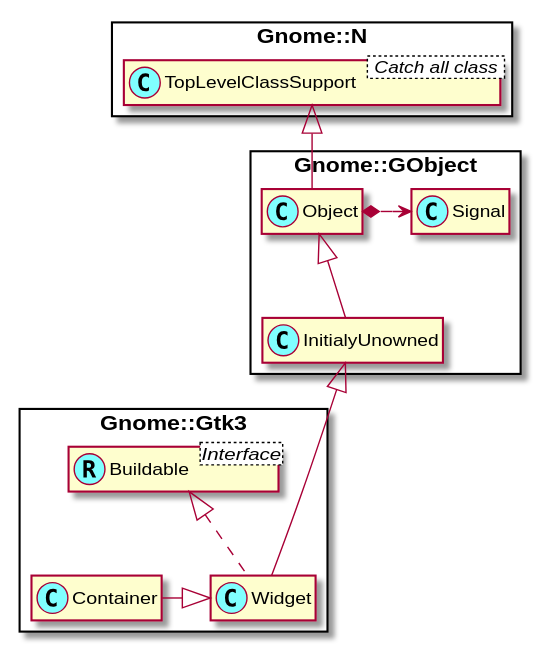
MARTIMM/gnome-gtk3 keeps this PlantUML diagram as docs/content-docs/reference/Gtk3/plantuml/Container.svg. Above is the earlier version.
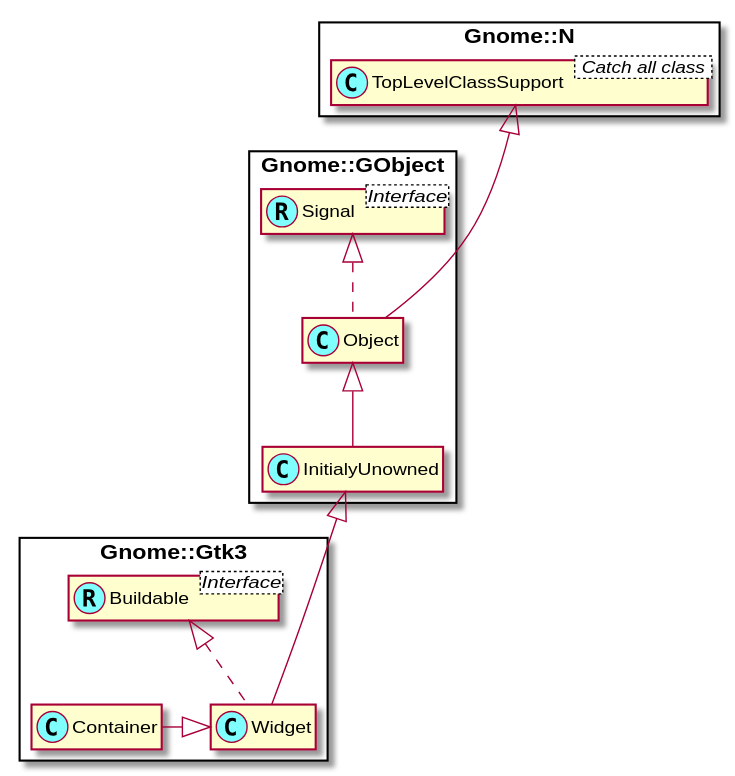
The same diagram one commit later.

The edit, as a diff of the source:
```diff
@@ -6,16 +6,20 @@
 
 
 class Gnome::N::TopLevelClassSupport < Catch all class >
-Gnome::N::TopLevelClassSupport <|-- Gnome::GObject::Object
 
-Gnome::GObject::Object <|-- Gnome::GObject::InitialyUnowned
-Gnome::GObject::Object *-> Gnome::GObject::Signal
+Interface Gnome::GObject::Signal <Interface>
+class Gnome::GObject::Signal <<(R,#80ffff)>>
 
-Gnome::GObject::InitialyUnowned <|--- Gnome::Gtk3::Widget
+
 
 class Gnome::Gtk3::Widget implements Gnome::Gtk3::Buildable
 Interface Gnome::Gtk3::Buildable <Interface>
 class Gnome::Gtk3::Buildable <<(R,#80ffff)>>
+
+Gnome::N::TopLevelClassSupport <|--- Gnome::GObject::Object
+Gnome::GObject::InitialyUnowned <|--- Gnome::Gtk3::Widget
+Gnome::GObject::Object <|-- Gnome::GObject::InitialyUnowned
+Gnome::GObject::Signal <|.. Gnome::GObject::Object
 
 Gnome::Gtk3::Container -|> Gnome::Gtk3::Widget
 
```
